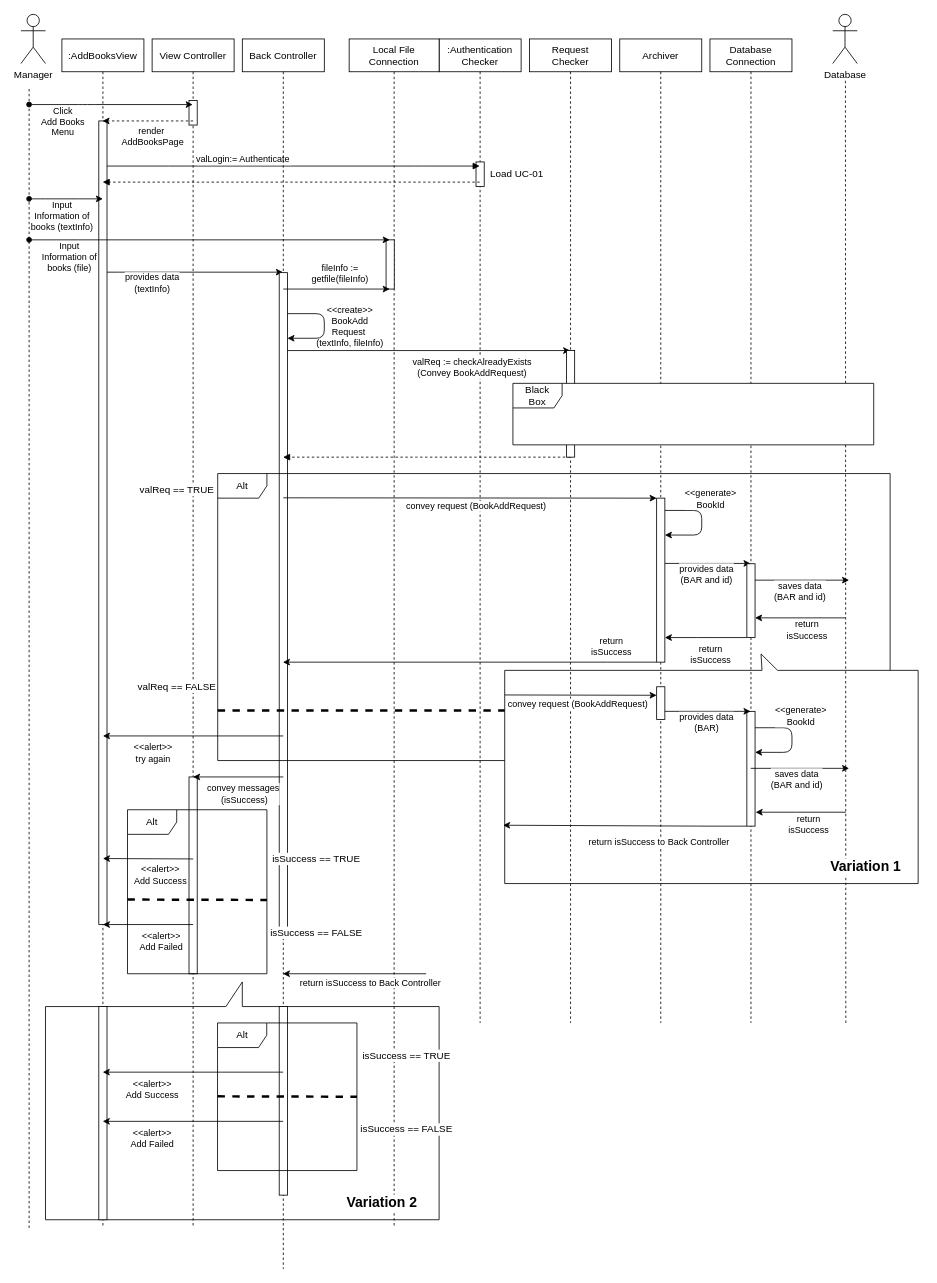
This is docs/SequenceDiagram/SD-UC-03.drawio from youngkwon02/Enhanced-library-management, a draw.io file, before an edit. Source tidied: cells renumbered, new cells numbered last; positions are measured from the earlier drawing's top-left corner, leaving out a move shared by most shapes. Both pictures are drawn from the tidied source at 82%, with x=0, y=0 at pixel (20, 14).
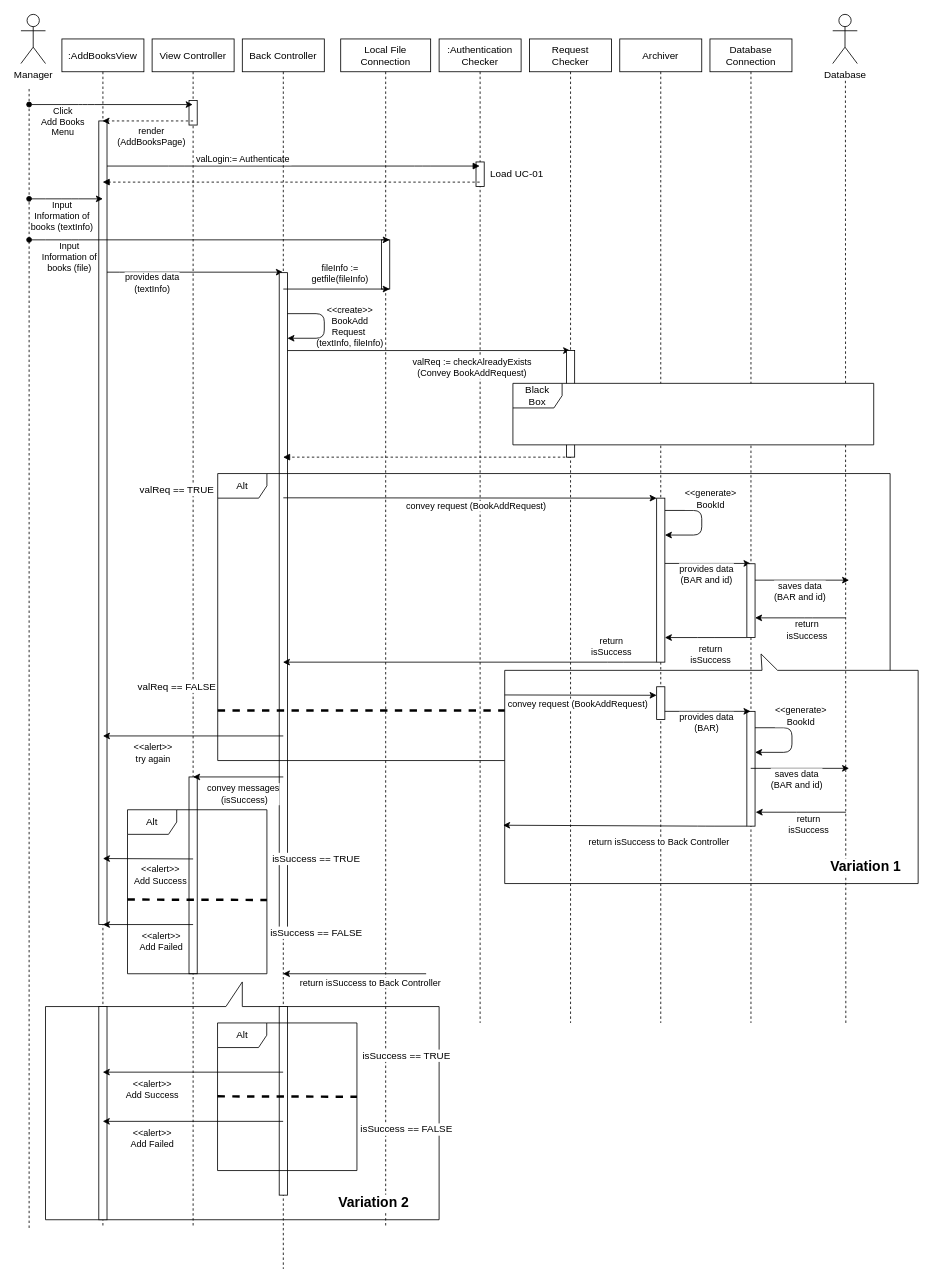
Above is the later version.

The change refers to these unchanged cells:
```xml
<mxCell id="39" style="endArrow=classic;html=1;dashed=1;" parent="1" edge="1" target="7">
  <mxGeometry relative="1" as="geometry">
    <mxPoint x="210" y="130" as="sourcePoint" />
  </mxGeometry>
</mxCell>
```

The edit, as a diff of the source:
```diff
@@
     <mxCell id="18" value="Local File&#10;Connection" style="shape=umlLifeline;perimeter=lifelinePerimeter;rounded=0;shadow=0;strokeWidth=1;" parent="1" vertex="1">
-      <mxGeometry x="400.3" y="30" width="109.7" height="1450" as="geometry" />
+      <mxGeometry x="390" y="30" width="109.7" height="1450" as="geometry" />
     </mxCell>
-    <mxCell id="19" style="perimeter=orthogonalPerimeter;rounded=0;shadow=0;strokeWidth=1;" parent="18" vertex="1">
-      <mxGeometry x="45" y="245" width="10" height="60" as="geometry" />
+    <mxCell id="19" style="perimeter=orthogonalPerimeter;rounded=0;shadow=0;strokeWidth=1;direction=south;rotation=90;" parent="18" vertex="1">
+      <mxGeometry x="24.8" y="270" width="60" height="10" as="geometry" />
     </mxCell>
@@
-    <mxCell id="40" value="render&lt;br&gt;&amp;nbsp;AddBooksPage" style="edgeLabel;html=1;align=center;verticalAlign=middle;" parent="39" vertex="1">
+    <mxCell id="40" value="render&lt;br&gt;(AddBooksPage)" style="edgeLabel;html=1;align=center;verticalAlign=middle;" parent="39" vertex="1">
       <mxGeometry x="-0.15" y="1" relative="1" as="geometry">
         <mxPoint x="-5" y="17" as="offset" />
       </mxGeometry>
     </mxCell>
```
